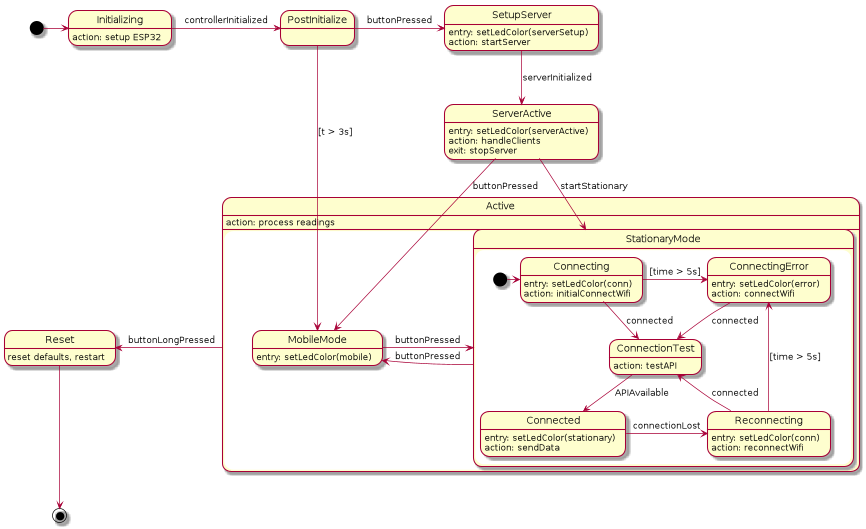
Safecast/bGeigieCast keeps this PlantUML diagram as designs/diagrams/esp-states.png. Above is the earlier version. The source it was exported from:
```plantuml
@startuml


State Initializing
Initializing: action: setup ESP32
State PostInitialize

state SetupServer
SetupServer: entry: setLedColor(serverSetup)
SetupServer: action: startServer
state ServerActive
ServerActive: entry: setLedColor(serverActive)
ServerActive: action: handleClients
ServerActive: exit: stopServer
State Active
Active: action: process readings
State Reset
Reset: reset defaults, restart


state Active {
    state StationaryMode
    state MobileMode
    MobileMode: entry: setLedColor(mobile)

    state StationaryMode {
        state Connecting
        Connecting: entry: setLedColor(conn)
        Connecting: action: initialConnectWifi
        state Reconnecting
        Reconnecting: entry: setLedColor(conn)
        Reconnecting: action: reconnectWifi
        state ConnectingError
        ConnectingError: entry: setLedColor(error)
        ConnectingError: action: connectWifi
        state ConnectionTest
        ConnectionTest: action: testAPI
        state Connected
        Connected: entry: setLedColor(stationary)
        Connected: action: sendData

        [*] -> Connecting
        Connecting -> ConnectionTest : connected
        Reconnecting -> ConnectionTest : connected
        ConnectionTest --> Connected : APIAvailable
        Connected -> Reconnecting: connectionLost
        Connecting -> ConnectingError : [time > 5s]
        Reconnecting -u-> ConnectingError : [time > 5s]
        ConnectingError -d-> ConnectionTest: connected
    }


    MobileMode -r-> StationaryMode : buttonPressed
    StationaryMode -l-> MobileMode : buttonPressed
}


[*] -> Initializing
Initializing -> PostInitialize : controllerInitialized
PostInitialize -> SetupServer : buttonPressed
PostInitialize -d-> MobileMode : [t > 3s]
SetupServer -d-> ServerActive : serverInitialized
ServerActive -d-> MobileMode : buttonPressed
ServerActive -d-> StationaryMode : startStationary
Active -l-> Reset : buttonLongPressed
Reset -d-> [*]


MobileMode -[hidden]> StationaryMode

@enduml
```
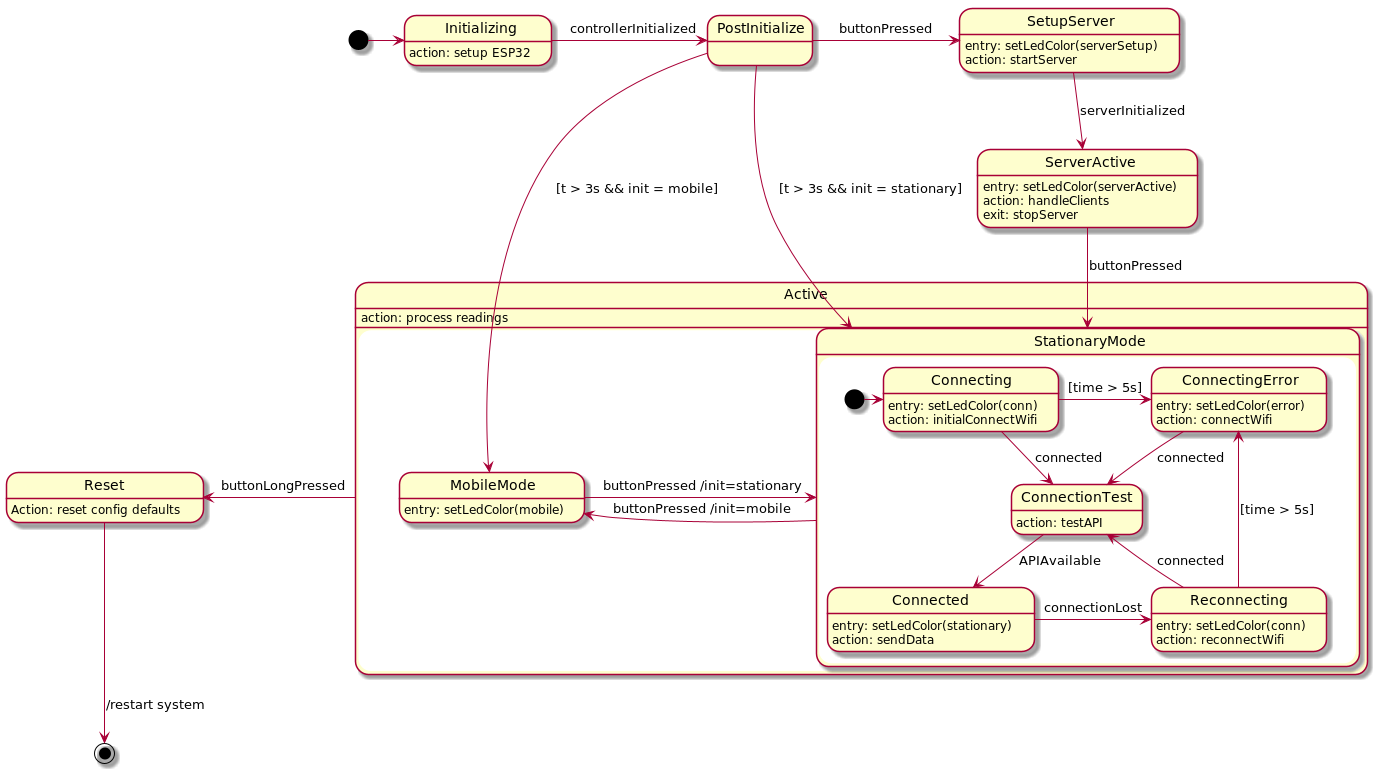
The same file after the commit.

Change to the diagram source:
```diff
@@ -15,7 +15,7 @@
 State Active
 Active: action: process readings
 State Reset
-Reset: reset defaults, restart
+Reset: Action: reset config defaults
 
 
 state Active {
@@ -50,20 +50,20 @@
     }
 
 
-    MobileMode -r-> StationaryMode : buttonPressed
-    StationaryMode -l-> MobileMode : buttonPressed
+    MobileMode -r-> StationaryMode : buttonPressed /init=stationary
+    StationaryMode -l-> MobileMode : buttonPressed /init=mobile
 }
 
 
 [*] -> Initializing
 Initializing -> PostInitialize : controllerInitialized
 PostInitialize -> SetupServer : buttonPressed
-PostInitialize -d-> MobileMode : [t > 3s]
+PostInitialize -d-> MobileMode : [t > 3s && init = mobile]
+PostInitialize -d-> StationaryMode : [t > 3s && init = stationary]
 SetupServer -d-> ServerActive : serverInitialized
-ServerActive -d-> MobileMode : buttonPressed
-ServerActive -d-> StationaryMode : startStationary
+ServerActive -d-> StationaryMode : buttonPressed
 Active -l-> Reset : buttonLongPressed
-Reset -d-> [*]
+Reset -d-> [*] : /restart system
 
 
 MobileMode -[hidden]> StationaryMode
```
